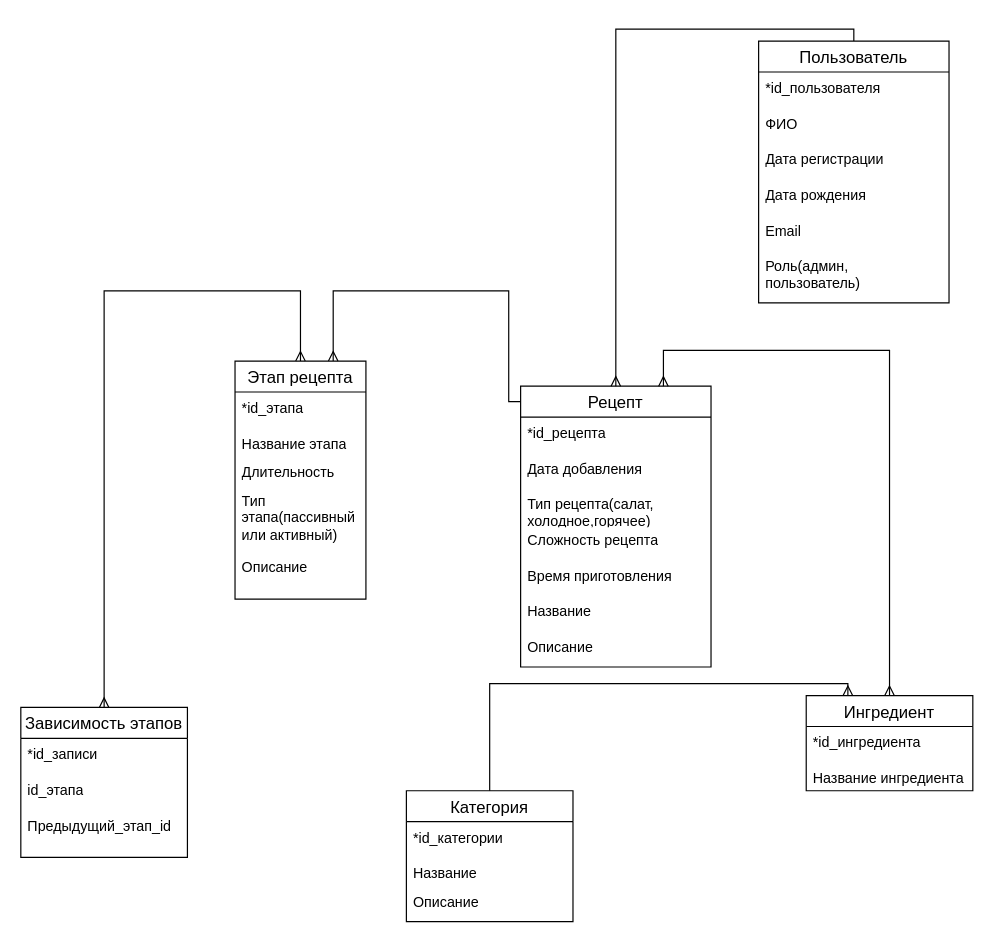
The draw.io diagram doc/erd.drawio in pestlain34/A_Graph-Based_System_for_Intelligent_Culinary_Process_Sequencing, before the edit. Source tidied: cells renumbered, new cells numbered last; positions are measured from the earlier drawing's top-left corner, leaving out a move shared by most shapes. Both pictures are drawn from the tidied source at 119%, with x=0, y=0 at pixel (20, 40).
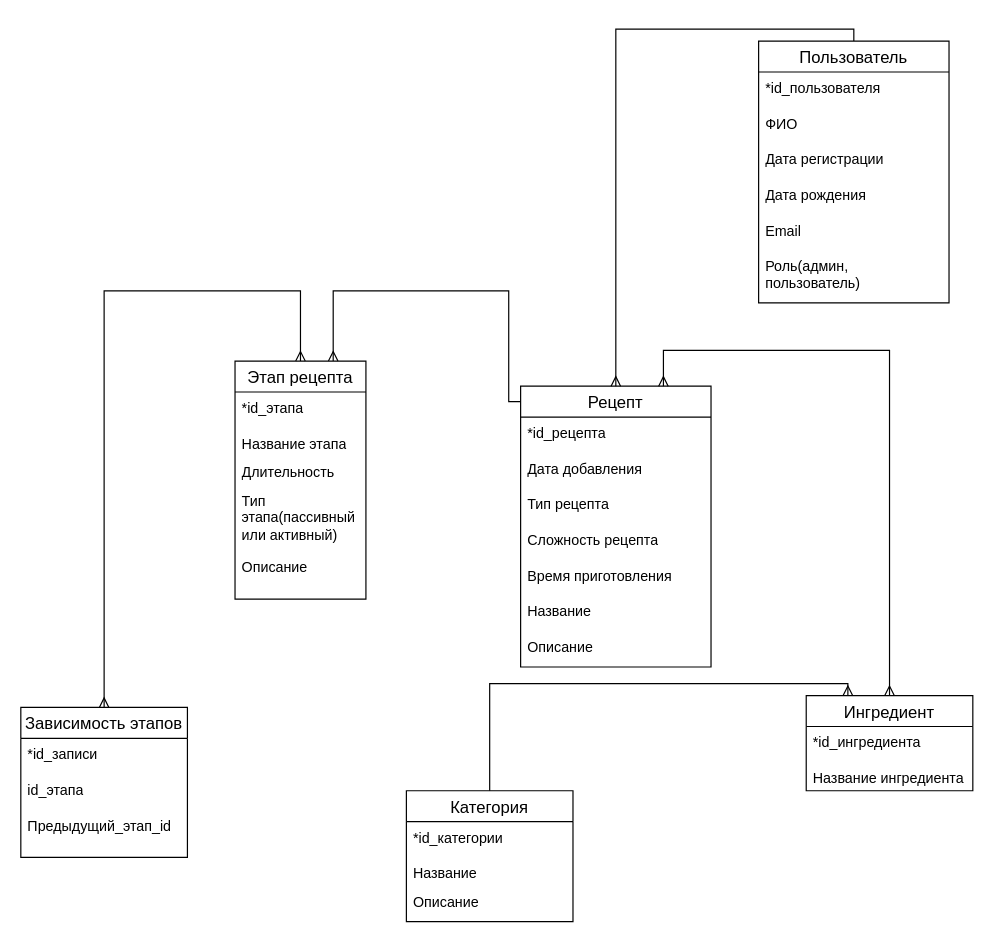
The same diagram, later.

Unchanged cells that the change refers to:
```xml
<mxCell id="9" value="Рецепт" style="swimlane;fontStyle=0;horizontal=1;startSize=26;align=center;fontSize=14;" parent="1" vertex="1">
  <mxGeometry x="420" y="290" width="160" height="236" as="geometry" />
</mxCell>
```

What changed in the source:
```diff
@@
-    <mxCell id="12" value="Тип рецепта(салат, холодное,горячее)" style="text;strokeColor=none;fillColor=none;spacingLeft=4;spacingRight=4;overflow=hidden;fontSize=12;whiteSpace=wrap;html=1;" parent="9" vertex="1">
+    <mxCell id="12" value="Тип рецепта" style="text;strokeColor=none;fillColor=none;spacingLeft=4;spacingRight=4;overflow=hidden;fontSize=12;whiteSpace=wrap;html=1;" parent="9" vertex="1">
       <mxGeometry y="86" width="160" height="30" as="geometry" />
     </mxCell>
```
